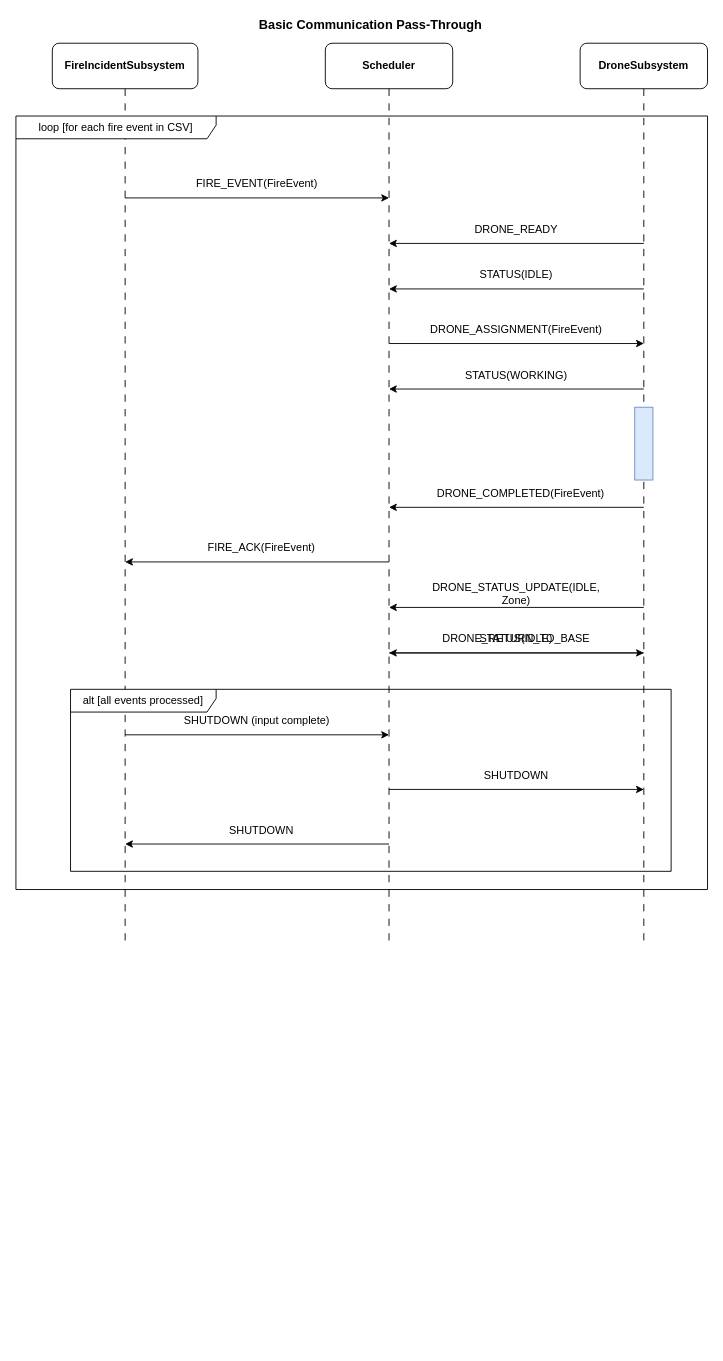
Above: docs/diagrams/sequence-diagram.drawio in JowiAoun/SYSC3303W26-Project (draw.io), before the change. Source tidied: cells renumbered, new cells numbered last; positions are measured from the earlier drawing's top-left corner, leaving out a move shared by most shapes. Both pictures are drawn from the tidied source at 91%, with x=0, y=0 at pixel (15, 15).
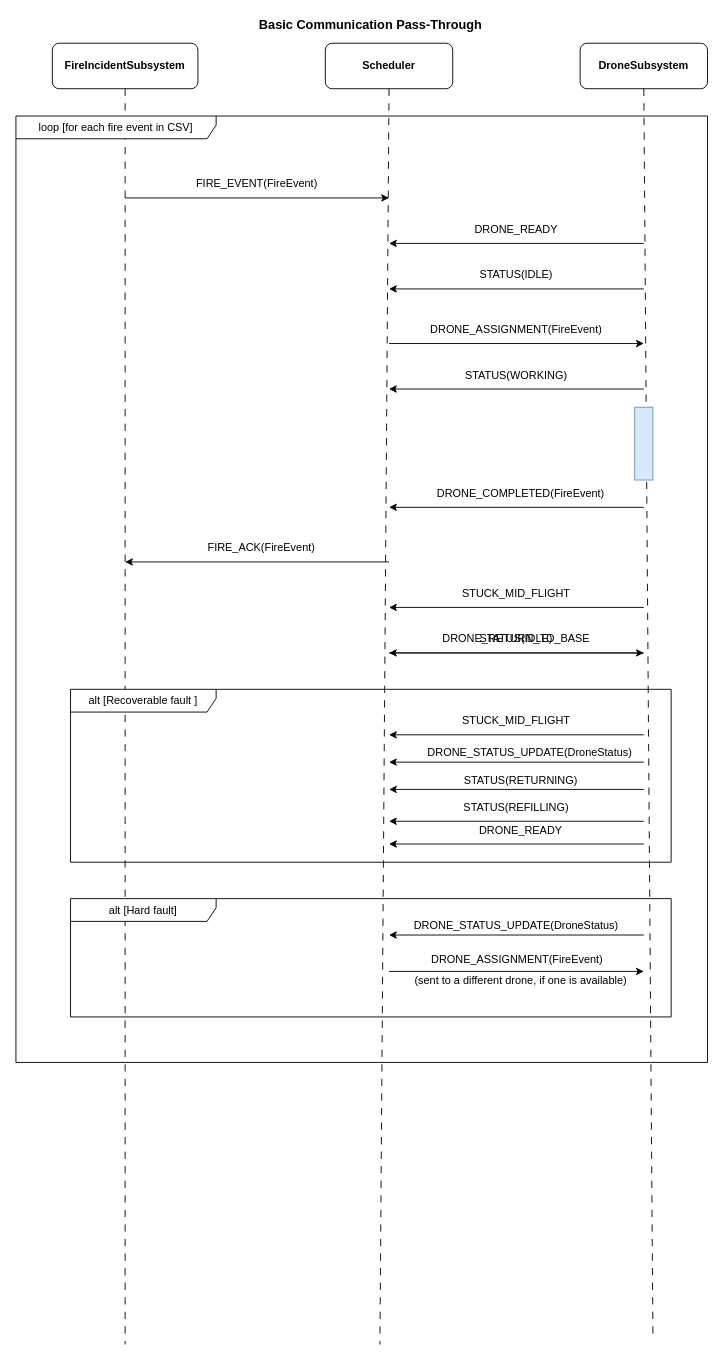
The same page after the edit.

Commit message (it also covers changes not shown here):
docs: Update sequence diagram for handling faults

The edit, as a diff of the source:
```diff
@@
     <mxCell id="5" style="endArrow=none;html=1;rounded=0;dashed=1;dashPattern=8 8;" parent="1" edge="1">
       <mxGeometry relative="1" as="geometry">
         <mxPoint x="120" y="80" as="sourcePoint" />
-        <mxPoint x="120" y="1020" as="targetPoint" />
+        <mxPoint x="120" y="1460" as="targetPoint" />
       </mxGeometry>
     </mxCell>
     <mxCell id="6" style="endArrow=none;html=1;rounded=0;dashed=1;dashPattern=8 8;" parent="1" edge="1">
       <mxGeometry relative="1" as="geometry">
         <mxPoint x="410" y="80" as="sourcePoint" />
-        <mxPoint x="410" y="1020" as="targetPoint" />
+        <mxPoint x="400" y="1460" as="targetPoint" />
       </mxGeometry>
     </mxCell>
     <mxCell id="7" style="endArrow=none;html=1;rounded=0;dashed=1;dashPattern=8 8;" parent="1" edge="1">
       <mxGeometry relative="1" as="geometry">
         <mxPoint x="690" y="80" as="sourcePoint" />
-        <mxPoint x="690" y="1020" as="targetPoint" />
+        <mxPoint x="700" y="1450" as="targetPoint" />
       </mxGeometry>
     </mxCell>
     <mxCell id="8" value="loop [for each fire event in CSV]" style="shape=umlFrame;whiteSpace=wrap;html=1;width=220;height=25;" parent="1" vertex="1">
-      <mxGeometry y="110" width="760" height="850" as="geometry" />
+      <mxGeometry y="110" width="760" height="1040" as="geometry" />
     </mxCell>
@@
-    <mxCell id="21" value="DRONE_STATUS_UPDATE(IDLE, Zone)" style="text;html=1;strokeColor=none;fillColor=none;align=center;verticalAlign=middle;whiteSpace=wrap;rounded=0;" parent="1" vertex="1">
+    <mxCell id="21" value="STUCK_MID_FLIGHT" style="text;html=1;strokeColor=none;fillColor=none;align=center;verticalAlign=middle;whiteSpace=wrap;rounded=0;" parent="1" vertex="1">
       <mxGeometry x="440" y="625" width="220" height="20" as="geometry" />
     </mxCell>
@@
-    <mxCell id="24" value="alt [all events processed]" style="shape=umlFrame;whiteSpace=wrap;html=1;width=160;height=25;" parent="1" vertex="1">
-      <mxGeometry x="60" y="740" width="660" height="200" as="geometry" />
+    <mxCell id="24" value="alt [Recoverable fault&amp;nbsp;]" style="shape=umlFrame;whiteSpace=wrap;html=1;width=160;height=25;" parent="1" vertex="1">
+      <mxGeometry x="60" y="740" width="660" height="190" as="geometry" />
     </mxCell>
-    <mxCell id="25" style="endArrow=classic;html=1;rounded=0;" parent="1" edge="1">
-      <mxGeometry relative="1" as="geometry">
-        <mxPoint x="120" y="790" as="sourcePoint" />
-        <mxPoint x="410" y="790" as="targetPoint" />
-      </mxGeometry>
-    </mxCell>
-    <mxCell id="26" value="SHUTDOWN (input complete)" style="text;html=1;strokeColor=none;fillColor=none;align=center;verticalAlign=middle;whiteSpace=wrap;rounded=0;" parent="1" vertex="1">
-      <mxGeometry x="180" y="765" width="170" height="20" as="geometry" />
+    <mxCell id="26" value="STUCK_MID_FLIGHT" style="text;html=1;strokeColor=none;fillColor=none;align=center;verticalAlign=middle;whiteSpace=wrap;rounded=0;" parent="1" vertex="1">
+      <mxGeometry x="465" y="765" width="170" height="20" as="geometry" />
     </mxCell>
-    <mxCell id="27" style="endArrow=classic;html=1;rounded=0;" parent="1" edge="1">
-      <mxGeometry relative="1" as="geometry">
-        <mxPoint x="410" y="850" as="sourcePoint" />
-        <mxPoint x="690" y="850" as="targetPoint" />
-      </mxGeometry>
-    </mxCell>
-    <mxCell id="28" value="SHUTDOWN" style="text;html=1;strokeColor=none;fillColor=none;align=center;verticalAlign=middle;whiteSpace=wrap;rounded=0;" parent="1" vertex="1">
-      <mxGeometry x="500" y="825" width="100" height="20" as="geometry" />
-    </mxCell>
-    <mxCell id="29" style="endArrow=classic;html=1;rounded=0;" parent="1" edge="1">
-      <mxGeometry relative="1" as="geometry">
-        <mxPoint x="410" y="910" as="sourcePoint" />
-        <mxPoint x="120" y="910" as="targetPoint" />
-      </mxGeometry>
-    </mxCell>
-    <mxCell id="30" value="SHUTDOWN" style="text;html=1;strokeColor=none;fillColor=none;align=center;verticalAlign=middle;whiteSpace=wrap;rounded=0;" parent="1" vertex="1">
-      <mxGeometry x="220" y="885" width="100" height="20" as="geometry" />
-    </mxCell>
@@
+    <mxCell id="38" value="alt [Hard fault]" style="shape=umlFrame;whiteSpace=wrap;html=1;width=160;height=25;" parent="1" vertex="1">
+      <mxGeometry x="60" y="970" width="660" height="130" as="geometry" />
+    </mxCell>
+    <mxCell id="39" style="endArrow=classic;html=1;rounded=0;" parent="1" edge="1">
+      <mxGeometry relative="1" as="geometry">
+        <mxPoint x="690" y="790" as="sourcePoint" />
+        <mxPoint x="410" y="790" as="targetPoint" />
+      </mxGeometry>
+    </mxCell>
+    <mxCell id="40" style="endArrow=classic;html=1;rounded=0;" parent="1" edge="1">
+      <mxGeometry relative="1" as="geometry">
+        <mxPoint x="690" y="820" as="sourcePoint" />
+        <mxPoint x="410" y="820" as="targetPoint" />
+      </mxGeometry>
+    </mxCell>
+    <mxCell id="41" style="endArrow=classic;html=1;rounded=0;" parent="1" edge="1">
+      <mxGeometry relative="1" as="geometry">
+        <mxPoint x="690" y="850" as="sourcePoint" />
+        <mxPoint x="410" y="850" as="targetPoint" />
+      </mxGeometry>
+    </mxCell>
+    <mxCell id="42" style="endArrow=classic;html=1;rounded=0;" parent="1" edge="1">
+      <mxGeometry relative="1" as="geometry">
+        <mxPoint x="690" y="885" as="sourcePoint" />
+        <mxPoint x="410" y="885" as="targetPoint" />
+      </mxGeometry>
+    </mxCell>
+    <mxCell id="43" style="endArrow=classic;html=1;rounded=0;" parent="1" edge="1">
+      <mxGeometry relative="1" as="geometry">
+        <mxPoint x="690" y="910" as="sourcePoint" />
+        <mxPoint x="410" y="910" as="targetPoint" />
+      </mxGeometry>
+    </mxCell>
+    <mxCell id="44" value="DRONE_STATUS_UPDATE(DroneStatus)" style="text;html=1;strokeColor=none;fillColor=none;align=center;verticalAlign=middle;whiteSpace=wrap;rounded=0;" parent="1" vertex="1">
+      <mxGeometry x="480" y="800" width="170" height="20" as="geometry" />
+    </mxCell>
+    <mxCell id="45" value="STATUS(RETURNING)" style="text;html=1;strokeColor=none;fillColor=none;align=center;verticalAlign=middle;whiteSpace=wrap;rounded=0;" parent="1" vertex="1">
+      <mxGeometry x="470" y="830" width="170" height="20" as="geometry" />
+    </mxCell>
+    <mxCell id="46" value="STATUS(REFILLING)" style="text;html=1;strokeColor=none;fillColor=none;align=center;verticalAlign=middle;whiteSpace=wrap;rounded=0;" parent="1" vertex="1">
+      <mxGeometry x="465" y="860" width="170" height="20" as="geometry" />
+    </mxCell>
+    <mxCell id="47" value="DRONE_READY" style="text;html=1;strokeColor=none;fillColor=none;align=center;verticalAlign=middle;whiteSpace=wrap;rounded=0;" parent="1" vertex="1">
+      <mxGeometry x="470" y="885" width="170" height="20" as="geometry" />
+    </mxCell>
+    <mxCell id="48" value="DRONE_STATUS_UPDATE(DroneStatus)" style="text;html=1;strokeColor=none;fillColor=none;align=center;verticalAlign=middle;whiteSpace=wrap;rounded=0;" parent="1" vertex="1">
+      <mxGeometry x="465" y="990" width="170" height="20" as="geometry" />
+    </mxCell>
+    <mxCell id="49" style="endArrow=classic;html=1;rounded=0;" parent="1" edge="1">
+      <mxGeometry relative="1" as="geometry">
+        <mxPoint x="690" y="1010" as="sourcePoint" />
+        <mxPoint x="410" y="1010" as="targetPoint" />
+      </mxGeometry>
+    </mxCell>
+    <mxCell id="50" style="endArrow=classic;html=1;rounded=0;" parent="1" edge="1">
+      <mxGeometry relative="1" as="geometry">
+        <mxPoint x="410" y="1050" as="sourcePoint" />
+        <mxPoint x="690" y="1050" as="targetPoint" />
+      </mxGeometry>
+    </mxCell>
+    <mxCell id="51" value="DRONE_ASSIGNMENT(FireEvent)" style="text;html=1;strokeColor=none;fillColor=none;align=center;verticalAlign=middle;whiteSpace=wrap;rounded=0;" parent="1" vertex="1">
+      <mxGeometry x="466" y="1027" width="170" height="20" as="geometry" />
+    </mxCell>
+    <mxCell id="52" value="(sent to a different drone, if one is available)" style="text;html=1;strokeColor=none;fillColor=none;align=center;verticalAlign=middle;whiteSpace=wrap;rounded=0;" parent="1" vertex="1">
+      <mxGeometry x="430" y="1050" width="250" height="20" as="geometry" />
+    </mxCell>
```
